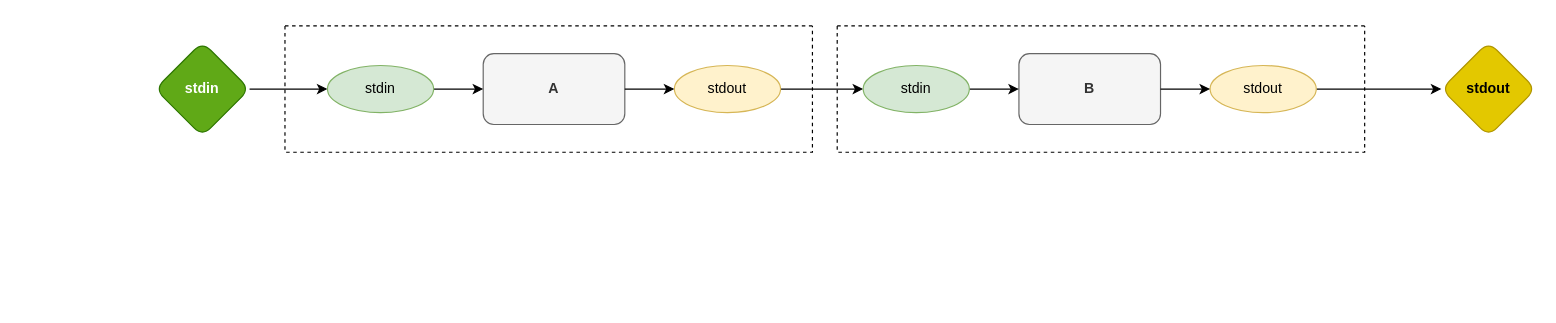
The draw.io diagram example.drawio in z64/odin0d, before the edit. Source tidied: cells renumbered, new cells numbered last; positions are measured from the earlier drawing's top-left corner, leaving out a move shared by most shapes. Both pictures are drawn from the tidied source at 118%, with x=0, y=0 at pixel (155, 25).
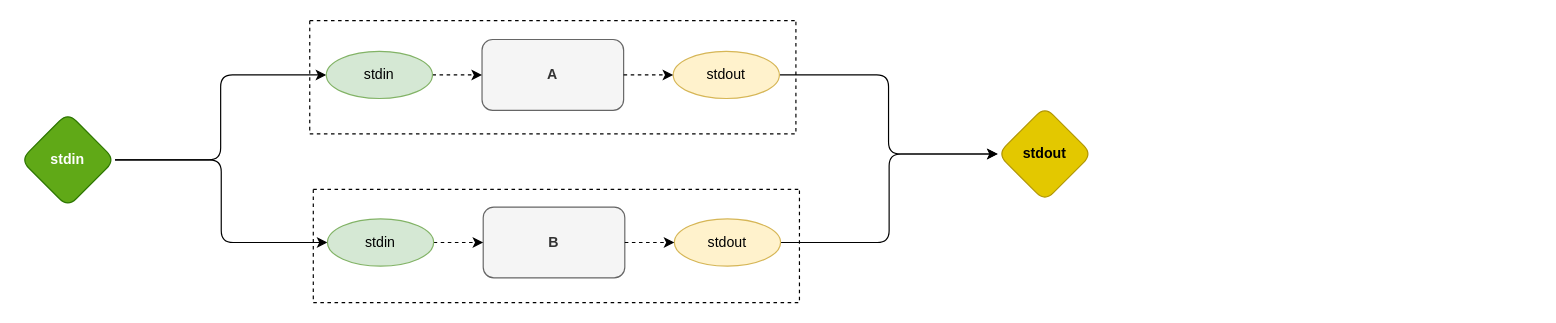
The same diagram, later.

Diff of the diagram source:
```diff
@@
 <mxGraphModel>
   <root>
     <mxCell id="0" />
     <mxCell id="1" parent="0" />
     <mxCell id="2" style="edgeStyle=orthogonalEdgeStyle;rounded=1;jettySize=auto;html=1;exitX=1;exitY=0.5;exitDx=0;exitDy=0;entryX=0;entryY=0.5;entryDx=0;entryDy=0;" parent="1" edge="1" source="3" target="10">
       <mxGeometry relative="1" as="geometry" />
     </mxCell>
+    <mxCell id="19" style="edgeStyle=orthogonalEdgeStyle;rounded=1;jettySize=auto;html=1;exitX=1;exitY=0.5;exitDx=0;exitDy=0;entryX=0;entryY=0.5;entryDx=0;entryDy=0;" parent="1" edge="1" source="3" target="16">
+      <mxGeometry relative="1" as="geometry" />
+    </mxCell>
-    <mxCell id="3" value="stdin" style="rhombus;whiteSpace=wrap;html=1;rounded=1;fillColor=#60a917;fontColor=#ffffff;strokeColor=#2D7600;fontStyle=1;" parent="1" vertex="1">
-      <mxGeometry y="14" width="80" height="80" as="geometry" />
+    <mxCell id="3" value="stdin" style="rhombus;whiteSpace=wrap;html=1;rounded=1;fillColor=#60a917;strokeColor=#2D7600;fontStyle=1;fontColor=#ffffff;" parent="1" vertex="1">
+      <mxGeometry x="-114" y="74" width="80" height="80" as="geometry" />
     </mxCell>
-    <mxCell id="4" value="stdout" style="rhombus;whiteSpace=wrap;html=1;rounded=1;fillColor=#e3c800;fontColor=#000000;strokeColor=#B09500;fontStyle=1;" parent="1" vertex="1">
-      <mxGeometry x="1090" y="14" width="80" height="80" as="geometry" />
+    <mxCell id="4" value="stdout" style="rhombus;whiteSpace=wrap;html=1;rounded=1;fillColor=#e3c800;strokeColor=#B09500;fontStyle=1;fontColor=#000000;" parent="1" vertex="1">
+      <mxGeometry x="714" y="69" width="80" height="80" as="geometry" />
     </mxCell>
-    <mxCell id="5" style="edgeStyle=orthogonalEdgeStyle;rounded=1;jettySize=auto;html=1;exitX=1;exitY=0.5;exitDx=0;exitDy=0;" parent="1" edge="1" source="11" target="16">
-      <mxGeometry relative="1" as="geometry" />
-    </mxCell>
+    <mxCell id="20" style="edgeStyle=orthogonalEdgeStyle;rounded=1;jettySize=auto;html=1;exitX=1;exitY=0.5;exitDx=0;exitDy=0;entryX=0;entryY=0.5;entryDx=0;entryDy=0;" parent="1" edge="1" source="11" target="4">
+      <mxGeometry relative="1" as="geometry" />
+    </mxCell>
     <mxCell id="6" style="edgeStyle=orthogonalEdgeStyle;rounded=1;jettySize=auto;html=1;exitX=1;exitY=0.5;exitDx=0;exitDy=0;entryX=0;entryY=0.5;entryDx=0;entryDy=0;" parent="1" edge="1" source="17" target="4">
       <mxGeometry relative="1" as="geometry" />
     </mxCell>
-    <mxCell id="7" style="swimlane;startSize=0;dashed=1;" parent="1" vertex="1">
-      <mxGeometry x="110" y="0.5" width="447" height="107" as="geometry" />
-    </mxCell>
+    <mxCell id="21" style="swimlane;startSize=0;fillColor=none;strokeWidth=1;dashed=1;" parent="1" vertex="1">
+      <mxGeometry x="131" y="-4" width="412" height="96" as="geometry" />
+    </mxCell>
-    <mxCell id="8" value="A" style="rounded=1;whiteSpace=wrap;html=1;fillColor=#f5f5f5;strokeColor=#666666;fontColor=#333333;fontStyle=1;" parent="7" vertex="1">
-      <mxGeometry x="168" y="23.5" width="120" height="60" as="geometry" />
+    <mxCell id="8" value="A" style="rounded=1;whiteSpace=wrap;html=1;fillColor=#f5f5f5;strokeColor=#666666;fontColor=#333333;fontStyle=1;" parent="21" vertex="1">
+      <mxGeometry x="146" y="16" width="120" height="60" as="geometry" />
     </mxCell>
-    <mxCell id="9" style="edgeStyle=orthogonalEdgeStyle;rounded=1;jettySize=auto;html=1;exitX=1;exitY=0.5;exitDx=0;exitDy=0;entryX=0;entryY=0.5;entryDx=0;entryDy=0;endArrow=classic;endFill=1;" parent="7" edge="1" source="10" target="8">
+    <mxCell id="9" style="edgeStyle=orthogonalEdgeStyle;rounded=1;jettySize=auto;html=1;exitX=1;exitY=0.5;exitDx=0;exitDy=0;entryX=0;entryY=0.5;entryDx=0;entryDy=0;endArrow=classic;endFill=1;dashed=1;" parent="21" edge="1" source="10" target="8">
       <mxGeometry relative="1" as="geometry" />
     </mxCell>
-    <mxCell id="10" value="stdin" style="ellipse;whiteSpace=wrap;html=1;rounded=1;fillColor=#d5e8d4;strokeColor=#82b366;" parent="7" vertex="1">
-      <mxGeometry x="36" y="33.5" width="90" height="40" as="geometry" />
+    <mxCell id="10" value="stdin" style="ellipse;whiteSpace=wrap;html=1;rounded=1;fillColor=#d5e8d4;strokeColor=#82b366;" parent="21" vertex="1">
+      <mxGeometry x="14" y="26" width="90" height="40" as="geometry" />
     </mxCell>
-    <mxCell id="11" value="stdout" style="ellipse;whiteSpace=wrap;html=1;rounded=1;fillColor=#fff2cc;strokeColor=#d6b656;" parent="7" vertex="1">
-      <mxGeometry x="330" y="33.5" width="90" height="40" as="geometry" />
+    <mxCell id="11" value="stdout" style="ellipse;whiteSpace=wrap;html=1;rounded=1;fillColor=#fff2cc;strokeColor=#d6b656;" parent="21" vertex="1">
+      <mxGeometry x="308" y="26" width="90" height="40" as="geometry" />
     </mxCell>
-    <mxCell id="12" style="edgeStyle=orthogonalEdgeStyle;rounded=1;jettySize=auto;html=1;exitX=1;exitY=0.5;exitDx=0;exitDy=0;endArrow=classic;endFill=1;" parent="7" edge="1" source="8" target="11">
+    <mxCell id="12" style="edgeStyle=orthogonalEdgeStyle;rounded=1;jettySize=auto;html=1;exitX=1;exitY=0.5;exitDx=0;exitDy=0;endArrow=classic;endFill=1;dashed=1;" parent="21" edge="1" source="8" target="11">
       <mxGeometry relative="1" as="geometry" />
     </mxCell>
-    <mxCell id="13" style="swimlane;startSize=0;dashed=1;" parent="1" vertex="1">
-      <mxGeometry x="578" y="0.5" width="447" height="107" as="geometry" />
-    </mxCell>
+    <mxCell id="22" style="swimlane;startSize=0;dashed=1;" parent="1" vertex="1">
+      <mxGeometry x="134" y="139" width="412" height="96" as="geometry" />
+    </mxCell>
-    <mxCell id="14" value="B" style="rounded=1;whiteSpace=wrap;html=1;fillColor=#f5f5f5;strokeColor=#666666;fontColor=#333333;fontStyle=1;" parent="13" vertex="1">
-      <mxGeometry x="154" y="23.5" width="120" height="60" as="geometry" />
+    <mxCell id="14" value="B" style="rounded=1;whiteSpace=wrap;html=1;fontStyle=1;fillColor=#f5f5f5;strokeColor=#666666;fontColor=#333333;" parent="22" vertex="1">
+      <mxGeometry x="144" y="15" width="120" height="60" as="geometry" />
     </mxCell>
-    <mxCell id="15" style="edgeStyle=orthogonalEdgeStyle;rounded=1;jettySize=auto;html=1;exitX=1;exitY=0.5;exitDx=0;exitDy=0;entryX=0;entryY=0.5;entryDx=0;entryDy=0;endArrow=classic;endFill=1;" parent="13" edge="1" source="16" target="14">
+    <mxCell id="15" style="edgeStyle=orthogonalEdgeStyle;rounded=1;jettySize=auto;html=1;exitX=1;exitY=0.5;exitDx=0;exitDy=0;entryX=0;entryY=0.5;entryDx=0;entryDy=0;endArrow=classic;endFill=1;dashed=1;" parent="22" edge="1" source="16" target="14">
       <mxGeometry relative="1" as="geometry" />
     </mxCell>
-    <mxCell id="16" value="stdin" style="ellipse;whiteSpace=wrap;html=1;rounded=1;fillColor=#d5e8d4;strokeColor=#82b366;" parent="13" vertex="1">
-      <mxGeometry x="22" y="33.5" width="90" height="40" as="geometry" />
+    <mxCell id="16" value="stdin" style="ellipse;whiteSpace=wrap;html=1;rounded=1;fillColor=#d5e8d4;strokeColor=#82b366;" parent="22" vertex="1">
+      <mxGeometry x="12" y="25" width="90" height="40" as="geometry" />
     </mxCell>
-    <mxCell id="17" value="stdout" style="ellipse;whiteSpace=wrap;html=1;rounded=1;fillColor=#fff2cc;strokeColor=#d6b656;" parent="13" vertex="1">
-      <mxGeometry x="316" y="33.5" width="90" height="40" as="geometry" />
+    <mxCell id="17" value="stdout" style="ellipse;whiteSpace=wrap;html=1;rounded=1;fillColor=#fff2cc;strokeColor=#d6b656;" parent="22" vertex="1">
+      <mxGeometry x="306" y="25" width="90" height="40" as="geometry" />
     </mxCell>
-    <mxCell id="18" style="edgeStyle=orthogonalEdgeStyle;rounded=1;jettySize=auto;html=1;exitX=1;exitY=0.5;exitDx=0;exitDy=0;endArrow=classic;endFill=1;" parent="13" edge="1" source="14" target="17">
+    <mxCell id="18" style="edgeStyle=orthogonalEdgeStyle;rounded=1;jettySize=auto;html=1;exitX=1;exitY=0.5;exitDx=0;exitDy=0;endArrow=classic;endFill=1;dashed=1;" parent="22" edge="1" source="14" target="17">
       <mxGeometry relative="1" as="geometry" />
     </mxCell>
   </root>
 </mxGraphModel>
```
